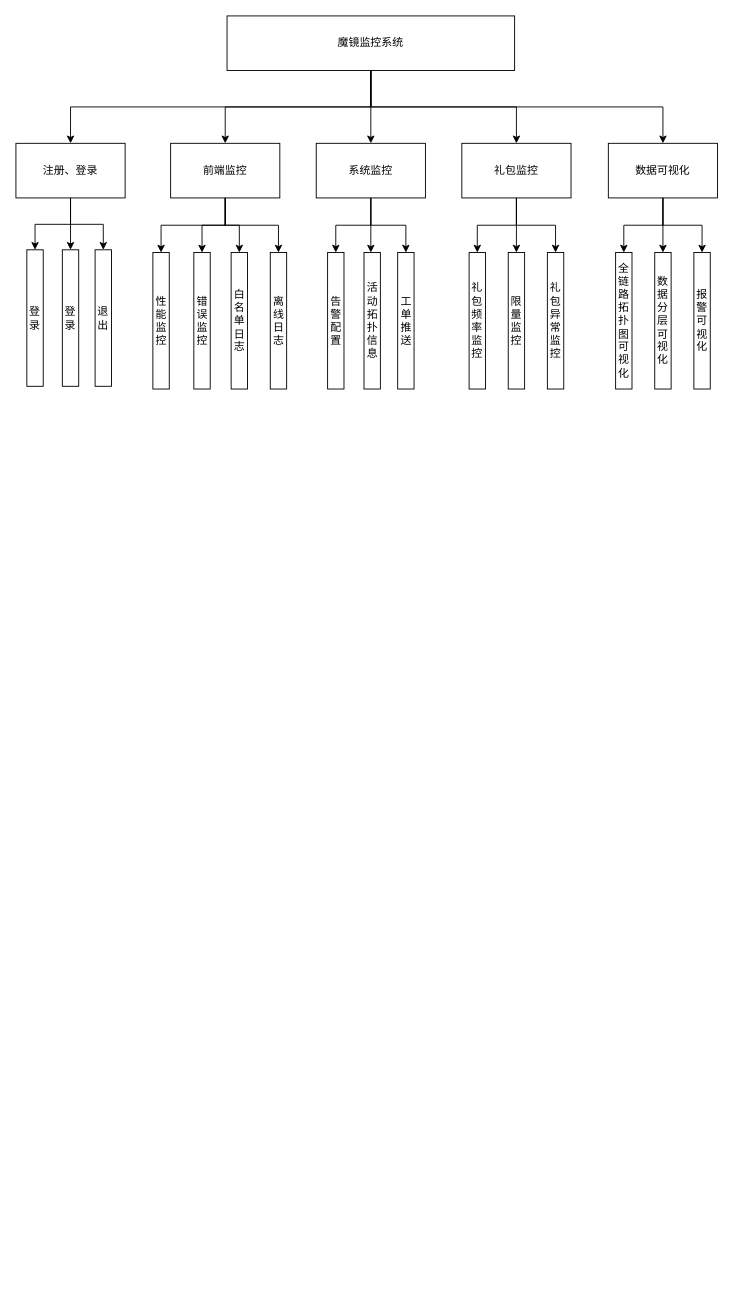
The draw.io diagram 系统架构设计.drawio in FelixTt/repositoryForDraw.io, before the edit. Source tidied: cells renumbered, new cells numbered last; positions are measured from the earlier drawing's top-left corner, leaving out a move shared by most shapes. Both pictures are drawn from the tidied source at 91%, with x=0, y=0 at pixel (15, 15).
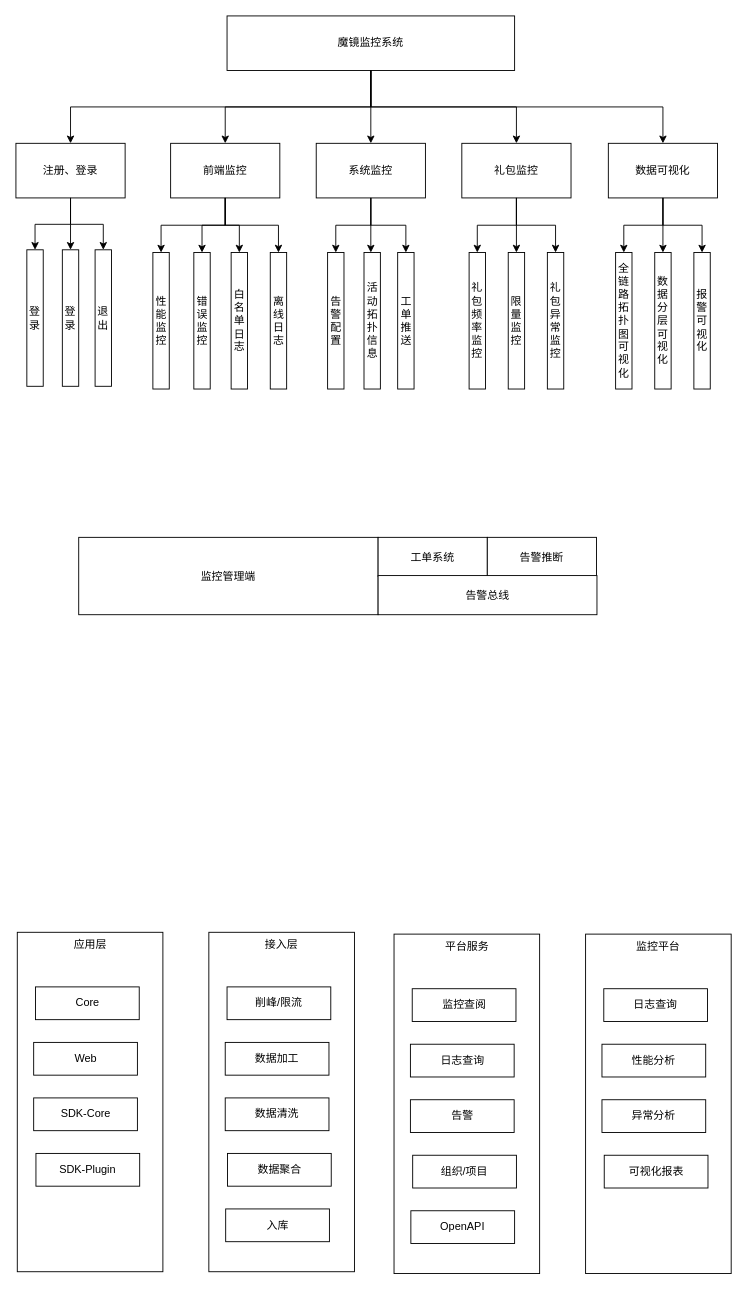
After the change.

Commit message:
Update 系统架构设计.drawio

What changed in the source:
```diff
@@
+    <mxCell id="45" value="监控管理端" style="rounded=0;whiteSpace=wrap;html=1;" parent="1" vertex="1">
+      <mxGeometry x="69" y="573" width="329" height="85" as="geometry" />
+    </mxCell>
+    <mxCell id="46" value="工单系统" style="rounded=0;whiteSpace=wrap;html=1;" parent="1" vertex="1">
+      <mxGeometry x="398" y="573" width="120" height="43" as="geometry" />
+    </mxCell>
+    <mxCell id="47" value="告警推断" style="rounded=0;whiteSpace=wrap;html=1;" parent="1" vertex="1">
+      <mxGeometry x="518" y="573" width="120" height="43" as="geometry" />
+    </mxCell>
+    <mxCell id="48" value="告警总线" style="rounded=0;whiteSpace=wrap;html=1;" parent="1" vertex="1">
+      <mxGeometry x="398" y="615" width="240.5" height="43" as="geometry" />
+    </mxCell>
+    <mxCell id="49" value="应用层" style="rounded=0;whiteSpace=wrap;html=1;verticalAlign=top;" parent="1" vertex="1">
+      <mxGeometry x="1.5" y="1007" width="160" height="373" as="geometry" />
+    </mxCell>
+    <mxCell id="50" value="Core" style="rounded=0;whiteSpace=wrap;html=1;" parent="1" vertex="1">
+      <mxGeometry x="21.5" y="1067" width="114" height="36" as="geometry" />
+    </mxCell>
+    <mxCell id="51" value="Web" style="rounded=0;whiteSpace=wrap;html=1;" parent="1" vertex="1">
+      <mxGeometry x="19.5" y="1128" width="114" height="36" as="geometry" />
+    </mxCell>
+    <mxCell id="52" value="SDK-Core" style="rounded=0;whiteSpace=wrap;html=1;" parent="1" vertex="1">
+      <mxGeometry x="19.5" y="1189" width="114" height="36" as="geometry" />
+    </mxCell>
+    <mxCell id="53" value="SDK-Plugin" style="rounded=0;whiteSpace=wrap;html=1;" parent="1" vertex="1">
+      <mxGeometry x="22" y="1250" width="114" height="36" as="geometry" />
+    </mxCell>
+    <mxCell id="54" value="接入层" style="rounded=0;whiteSpace=wrap;html=1;verticalAlign=top;" parent="1" vertex="1">
+      <mxGeometry x="212" y="1007" width="160" height="373" as="geometry" />
+    </mxCell>
+    <mxCell id="55" value="削峰/限流" style="rounded=0;whiteSpace=wrap;html=1;" parent="1" vertex="1">
+      <mxGeometry x="232" y="1067" width="114" height="36" as="geometry" />
+    </mxCell>
+    <mxCell id="56" value="数据加工" style="rounded=0;whiteSpace=wrap;html=1;" parent="1" vertex="1">
+      <mxGeometry x="230" y="1128" width="114" height="36" as="geometry" />
+    </mxCell>
+    <mxCell id="57" value="数据清洗" style="rounded=0;whiteSpace=wrap;html=1;" parent="1" vertex="1">
+      <mxGeometry x="230" y="1189" width="114" height="36" as="geometry" />
+    </mxCell>
+    <mxCell id="58" value="数据聚合" style="rounded=0;whiteSpace=wrap;html=1;" parent="1" vertex="1">
+      <mxGeometry x="232.5" y="1250" width="114" height="36" as="geometry" />
+    </mxCell>
+    <mxCell id="59" value="入库" style="rounded=0;whiteSpace=wrap;html=1;" parent="1" vertex="1">
+      <mxGeometry x="230.5" y="1311" width="114" height="36" as="geometry" />
+    </mxCell>
+    <mxCell id="60" value="平台服务" style="rounded=0;whiteSpace=wrap;html=1;verticalAlign=top;" parent="1" vertex="1">
+      <mxGeometry x="415.5" y="1009" width="160" height="373" as="geometry" />
+    </mxCell>
+    <mxCell id="61" value="监控查阅" style="rounded=0;whiteSpace=wrap;html=1;" parent="1" vertex="1">
+      <mxGeometry x="435.5" y="1069" width="114" height="36" as="geometry" />
+    </mxCell>
+    <mxCell id="62" value="日志查询" style="rounded=0;whiteSpace=wrap;html=1;" parent="1" vertex="1">
+      <mxGeometry x="433.5" y="1130" width="114" height="36" as="geometry" />
+    </mxCell>
+    <mxCell id="63" value="告警" style="rounded=0;whiteSpace=wrap;html=1;" parent="1" vertex="1">
+      <mxGeometry x="433.5" y="1191" width="114" height="36" as="geometry" />
+    </mxCell>
+    <mxCell id="64" value="组织/项目" style="rounded=0;whiteSpace=wrap;html=1;" parent="1" vertex="1">
+      <mxGeometry x="436" y="1252" width="114" height="36" as="geometry" />
+    </mxCell>
+    <mxCell id="65" value="OpenAPI" style="rounded=0;whiteSpace=wrap;html=1;" parent="1" vertex="1">
+      <mxGeometry x="434" y="1313" width="114" height="36" as="geometry" />
+    </mxCell>
+    <mxCell id="66" value="监控平台" style="rounded=0;whiteSpace=wrap;html=1;verticalAlign=top;" parent="1" vertex="1">
+      <mxGeometry x="626" y="1009" width="160" height="373" as="geometry" />
+    </mxCell>
+    <mxCell id="67" value="日志查询" style="rounded=0;whiteSpace=wrap;html=1;" parent="1" vertex="1">
+      <mxGeometry x="646" y="1069" width="114" height="36" as="geometry" />
+    </mxCell>
+    <mxCell id="68" value="性能分析" style="rounded=0;whiteSpace=wrap;html=1;" parent="1" vertex="1">
+      <mxGeometry x="644" y="1130" width="114" height="36" as="geometry" />
+    </mxCell>
+    <mxCell id="69" value="异常分析" style="rounded=0;whiteSpace=wrap;html=1;" parent="1" vertex="1">
+      <mxGeometry x="644" y="1191" width="114" height="36" as="geometry" />
+    </mxCell>
+    <mxCell id="70" value="可视化报表" style="rounded=0;whiteSpace=wrap;html=1;" parent="1" vertex="1">
+      <mxGeometry x="646.5" y="1252" width="114" height="36" as="geometry" />
+    </mxCell>
```
